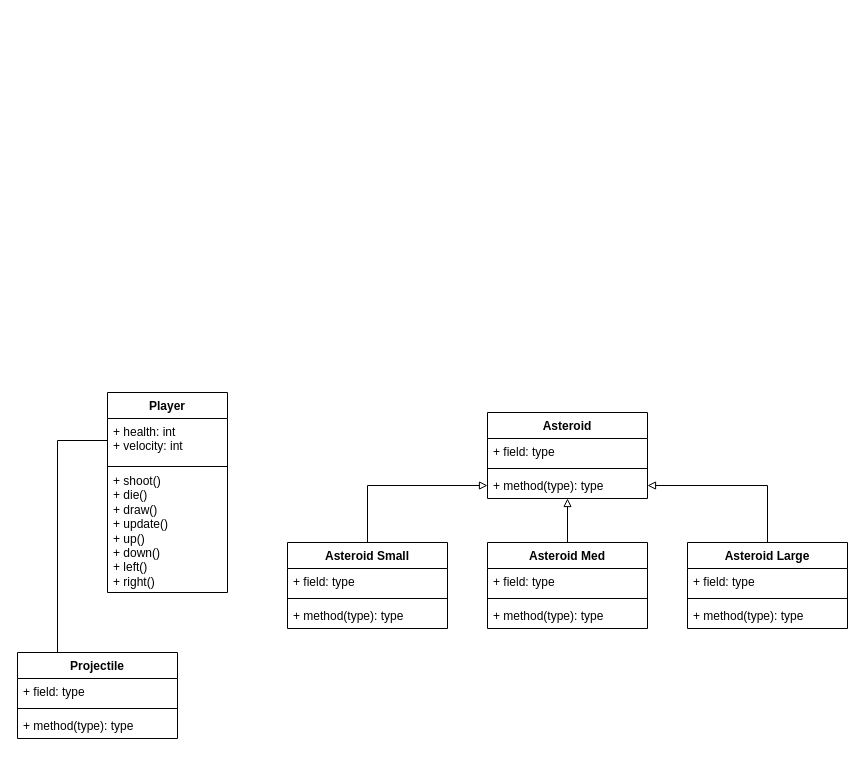
Before: AsteroidsUML.drawio in mikemel21/CIS343-Asteroids-Clone, a draw.io diagram. Source tidied: cells renumbered, new cells numbered last; positions are measured from the earlier drawing's top-left corner, leaving out a move shared by most shapes. Both pictures are drawn from the tidied source at 100%, with x=0, y=0 at pixel (17, 392).
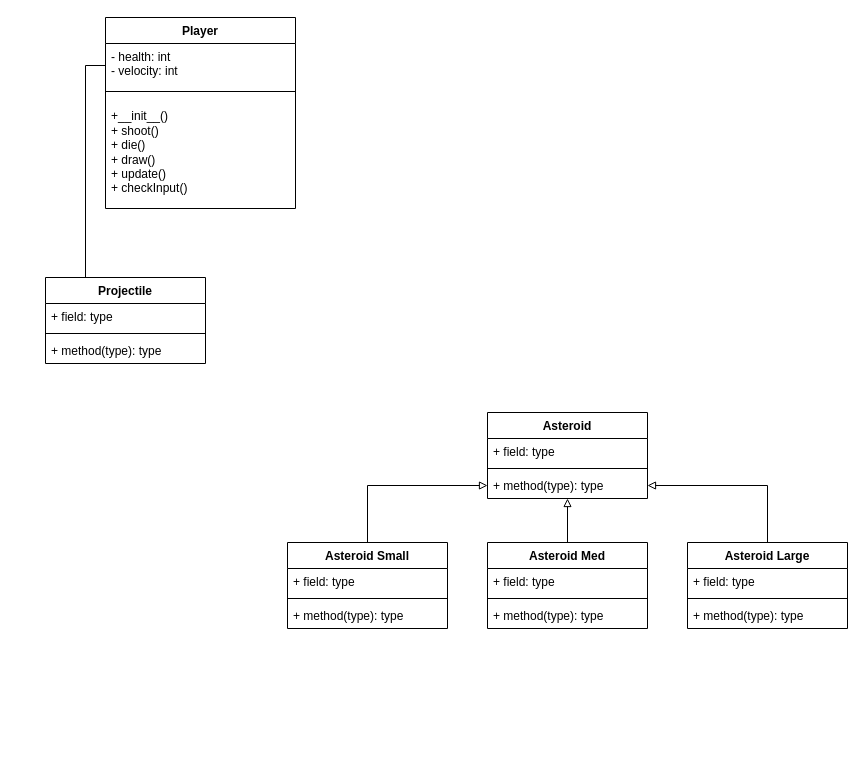
The same page after the edit.

The edit, as a diff of the source:
```diff
@@
     <mxCell id="6" value="Player" style="swimlane;fontStyle=1;align=center;verticalAlign=top;horizontal=1;startSize=26;whiteSpace=wrap;html=1;" parent="1" vertex="1">
-      <mxGeometry x="90" width="120" height="200" as="geometry" />
+      <mxGeometry x="88" y="-375" width="190" height="191" as="geometry" />
     </mxCell>
-    <mxCell id="7" value="&lt;div&gt;+ health: int&lt;/div&gt;&lt;div&gt;+ velocity: int&lt;/div&gt;" style="text;strokeColor=none;fillColor=none;align=left;verticalAlign=top;spacingLeft=4;spacingRight=4;overflow=hidden;points=[[0,0.5],[1,0.5]];portConstraint=eastwest;whiteSpace=wrap;html=1;" parent="6" vertex="1">
-      <mxGeometry y="26" width="120" height="44" as="geometry" />
+    <mxCell id="7" value="&lt;div&gt;- health: int&lt;/div&gt;&lt;div&gt;- velocity: int&lt;/div&gt;" style="text;strokeColor=none;fillColor=none;align=left;verticalAlign=top;spacingLeft=4;spacingRight=4;overflow=hidden;points=[[0,0.5],[1,0.5]];portConstraint=eastwest;whiteSpace=wrap;html=1;" parent="6" vertex="1">
+      <mxGeometry y="26" width="190" height="44" as="geometry" />
     </mxCell>
     <mxCell id="8" style="line;strokeWidth=1;fillColor=none;align=left;verticalAlign=middle;spacingTop=-1;spacingLeft=3;spacingRight=3;labelPosition=right;strokeColor=inherit;" parent="6" vertex="1">
-      <mxGeometry y="70" width="120" height="8" as="geometry" />
+      <mxGeometry y="70" width="190" height="8" as="geometry" />
     </mxCell>
-    <mxCell id="9" value="&lt;div&gt;+ shoot()&lt;br&gt;&lt;/div&gt;&lt;div&gt;+ die()&lt;br&gt;&lt;/div&gt;&lt;div&gt;+ draw()&lt;/div&gt;&lt;div&gt;+ update()&lt;/div&gt;&lt;div&gt;+ up()&lt;/div&gt;&lt;div&gt;+ down()&lt;/div&gt;&lt;div&gt;+ left()&lt;/div&gt;&lt;div&gt;+ right()&lt;br&gt;&lt;/div&gt;" style="text;strokeColor=none;fillColor=none;align=left;verticalAlign=middle;spacingLeft=4;spacingRight=4;overflow=hidden;whiteSpace=wrap;html=1;strokeWidth=1;horizontal=1;" parent="6" vertex="1">
-      <mxGeometry y="78" width="120" height="122" as="geometry" />
+    <mxCell id="9" value="&lt;div&gt;+__init__()&lt;/div&gt;&lt;div&gt;+ shoot()&lt;br&gt;&lt;/div&gt;&lt;div&gt;+ die()&lt;br&gt;&lt;/div&gt;&lt;div&gt;+ draw()&lt;/div&gt;&lt;div&gt;+ update()&lt;/div&gt;&lt;div&gt;+ checkInput()&lt;/div&gt;" style="text;strokeColor=none;fillColor=none;align=left;verticalAlign=middle;spacingLeft=4;spacingRight=4;overflow=hidden;whiteSpace=wrap;html=1;strokeWidth=1;horizontal=1;" parent="6" vertex="1">
+      <mxGeometry y="78" width="190" height="113" as="geometry" />
     </mxCell>
@@
     <mxCell id="25" value="Projectile" style="swimlane;fontStyle=1;align=center;verticalAlign=top;horizontal=1;startSize=26;whiteSpace=wrap;html=1;" parent="1" vertex="1">
-      <mxGeometry y="260" width="160" height="86" as="geometry" />
+      <mxGeometry x="28" y="-115" width="160" height="86" as="geometry" />
     </mxCell>
```
